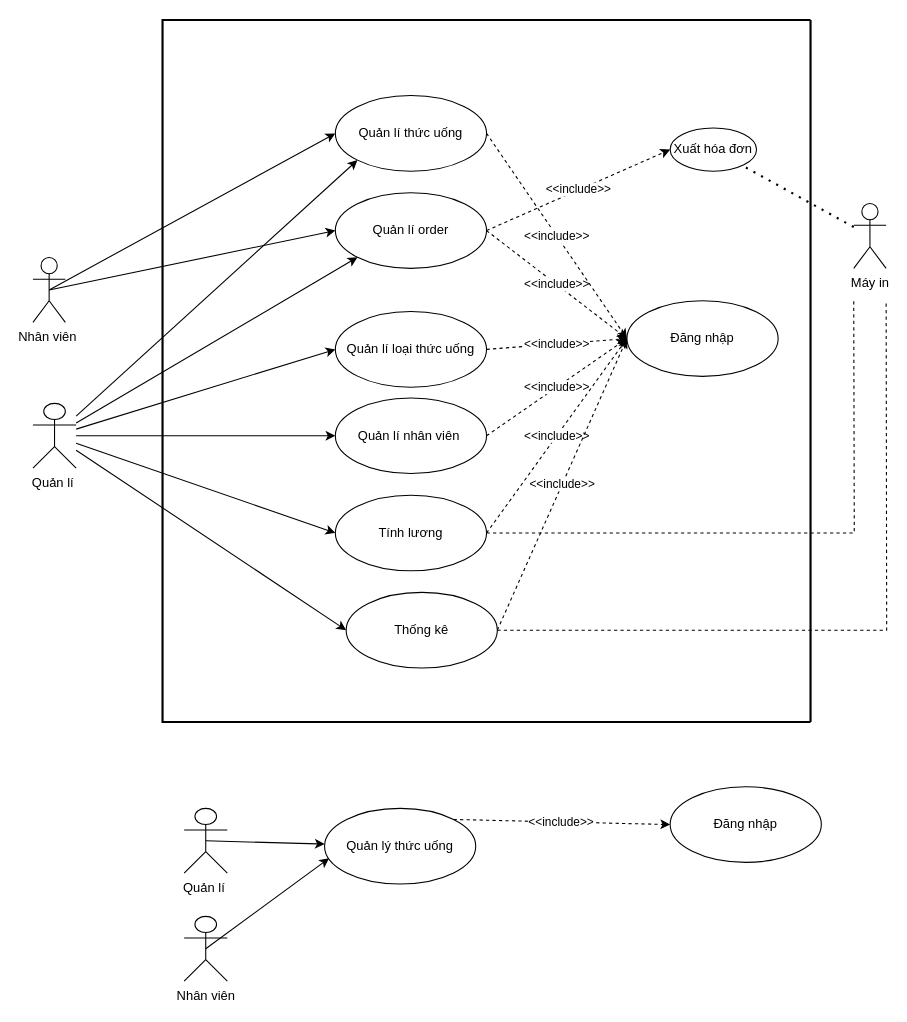
TruongNguyenYenNhi/PTTK-QL-b-n-h-ng keeps this draw.io diagram as Draw.io/usecase tổng.drawio. Above is the earlier version. Source tidied: cells renumbered, new cells numbered last; positions are measured from the earlier drawing's top-left corner, leaving out a move shared by most shapes. Both pictures are drawn from the tidied source at 108%, with x=0, y=0 at pixel (32, 19).
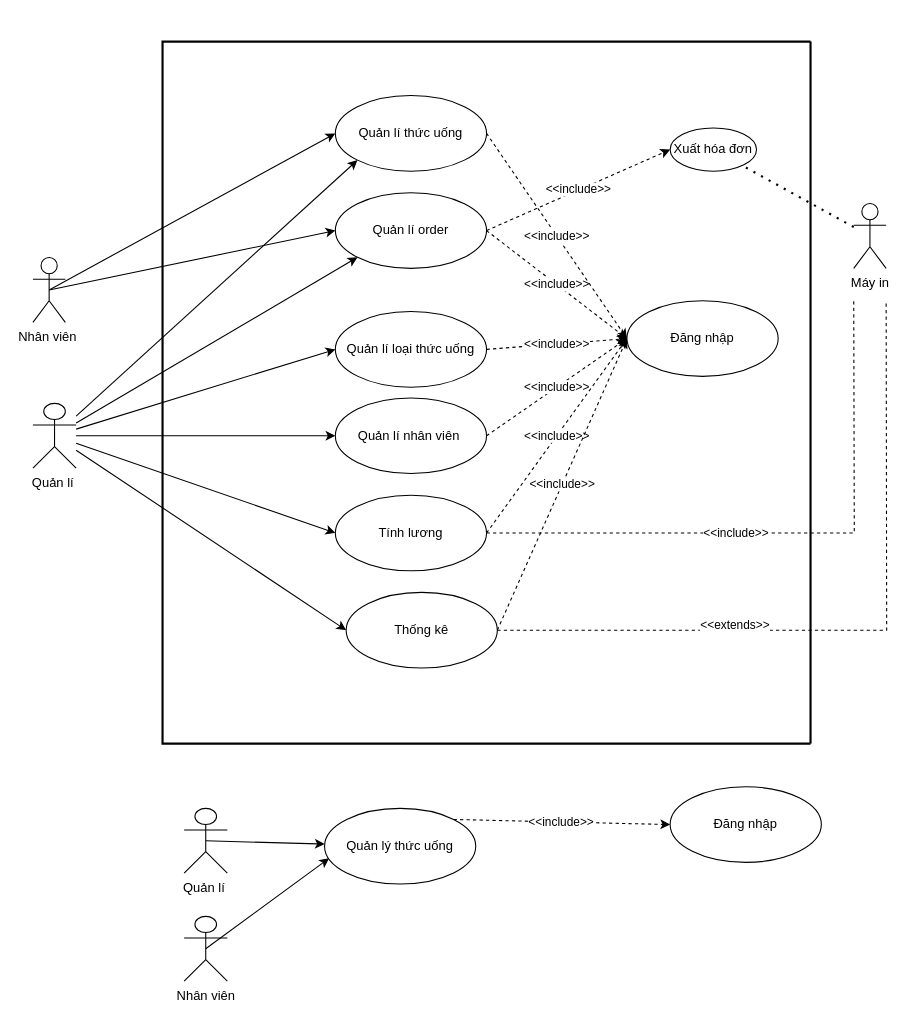
The same diagram, later.

Unchanged cells that the change refers to:
```xml
<mxCell id="25" value="Tính lương" style="ellipse;whiteSpace=wrap;html=1;" parent="1" vertex="1">
  <mxGeometry x="280" y="440" width="140" height="70" as="geometry" />
</mxCell>
<mxCell id="30" value="Thống kê" style="ellipse;whiteSpace=wrap;html=1;" parent="1" vertex="1">
  <mxGeometry x="290" y="530" width="140" height="70" as="geometry" />
</mxCell>
```

What changed in the source:
```diff
@@
     <mxCell id="21" style="strokeWidth=2;html=1;shape=mxgraph.flowchart.annotation_1;align=left;" parent="1" vertex="1">
-      <mxGeometry x="120" width="600" height="650" as="geometry" />
+      <mxGeometry x="120" y="20" width="600" height="650" as="geometry" />
     </mxCell>
@@
-    <mxCell id="24" style="edgeStyle=orthogonalEdgeStyle;rounded=0;jettySize=auto;html=1;dashed=1;endArrow=none;endFill=0;exitX=1;exitY=0.5;exitDx=0;exitDy=0;" parent="1" edge="1" source="25">
-      <mxGeometry relative="1" as="geometry">
+    <mxCell id="24" value="&amp;lt;&amp;lt;include&amp;gt;&amp;gt;" style="edgeStyle=orthogonalEdgeStyle;rounded=0;jettySize=auto;html=1;dashed=1;endArrow=none;endFill=0;exitX=1;exitY=0.5;exitDx=0;exitDy=0;" parent="1" edge="1" source="25">
+      <mxGeometry x="-0.17" relative="1" as="geometry">
         <mxPoint x="760" y="260" as="targetPoint" />
       </mxGeometry>
     </mxCell>
@@
-    <mxCell id="29" style="edgeStyle=orthogonalEdgeStyle;rounded=0;jettySize=auto;html=1;dashed=1;endArrow=none;endFill=0;" parent="1" edge="1" source="30">
-      <mxGeometry relative="1" as="geometry">
+    <mxCell id="29" value="&amp;lt;&amp;lt;extends&amp;gt;&amp;gt;" style="edgeStyle=orthogonalEdgeStyle;rounded=0;jettySize=auto;html=1;dashed=1;endArrow=none;endFill=0;" parent="1" edge="1" source="30">
+      <mxGeometry x="-0.34" y="5" relative="1" as="geometry">
         <mxPoint x="790" y="260" as="targetPoint" />
       </mxGeometry>
     </mxCell>
```
